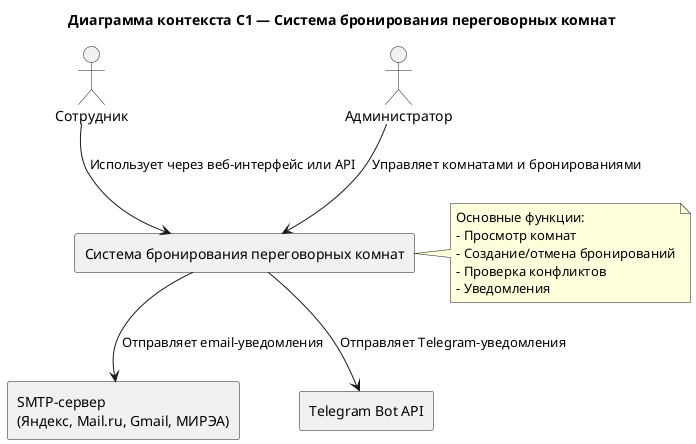
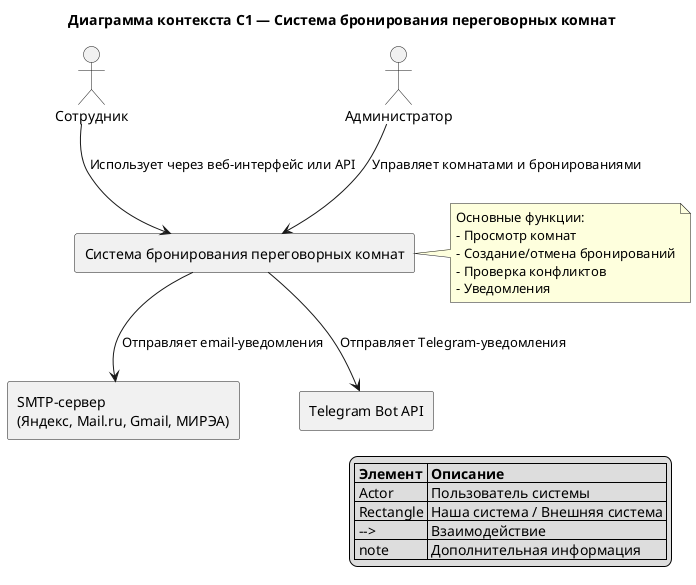
@startuml
+ !pragma dpi 300
title Диаграмма контекста C1 — Система бронирования переговорных комнат

' Пользователи
actor "Сотрудник" as Employee
actor "Администратор" as Admin

' Наша система
rectangle "Система бронирования переговорных комнат" as BookingSystem {
}

' Внешние системы
rectangle "SMTP-сервер\n(Яндекс, Mail.ru, Gmail, МИРЭА)" as SMTP
rectangle "Telegram Bot API" as Telegram

' Связи
Employee --> BookingSystem : "Использует через веб-интерфейс или API"
Admin --> BookingSystem : "Управляет комнатами и бронированиями"
BookingSystem --> SMTP : "Отправляет email-уведомления"
BookingSystem --> Telegram : "Отправляет Telegram-уведомления"

' Примечания
note right of BookingSystem
  Основные функции:
  - Просмотр комнат
  - Создание/отмена бронирований
  - Проверка конфликтов
  - Уведомления
end note

+ ' Легенда
+ legend right
+   | <b>Элемент</b> | <b>Описание</b> |
+   | Actor | Пользователь системы |
+   | Rectangle | Наша система / Внешняя система |
+   | --> | Взаимодействие |
+   | note | Дополнительная информация |
+ endlegend
@enduml